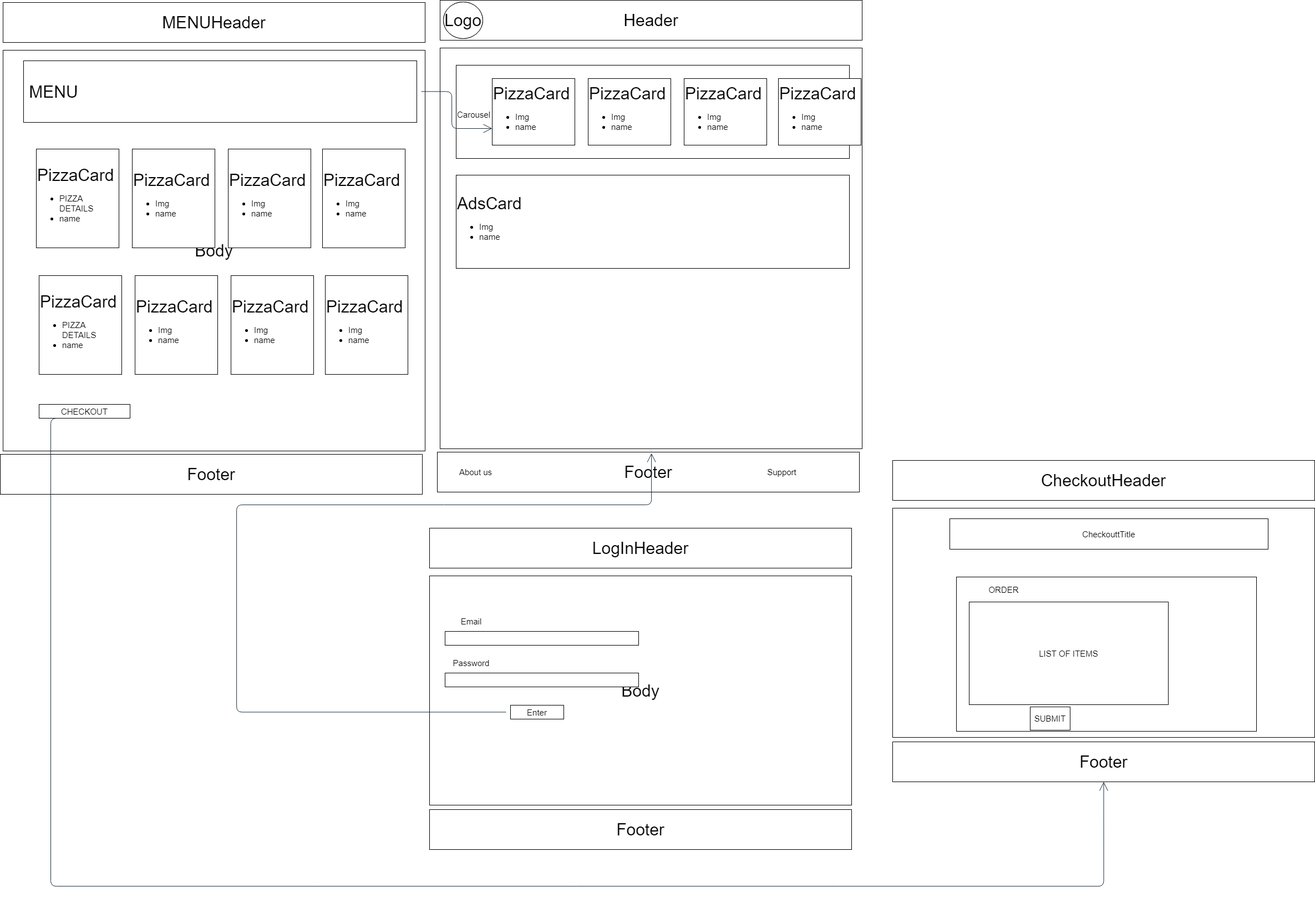
This is PizzaAppWireframe.drawio.png from Remi329/PizzaJunctionMergedComponents, a draw.io export, as it was before one commit. Source tidied: cells renumbered, new cells last; positions are measured from the earlier drawing's top-left corner, leaving out a move shared by most shapes.
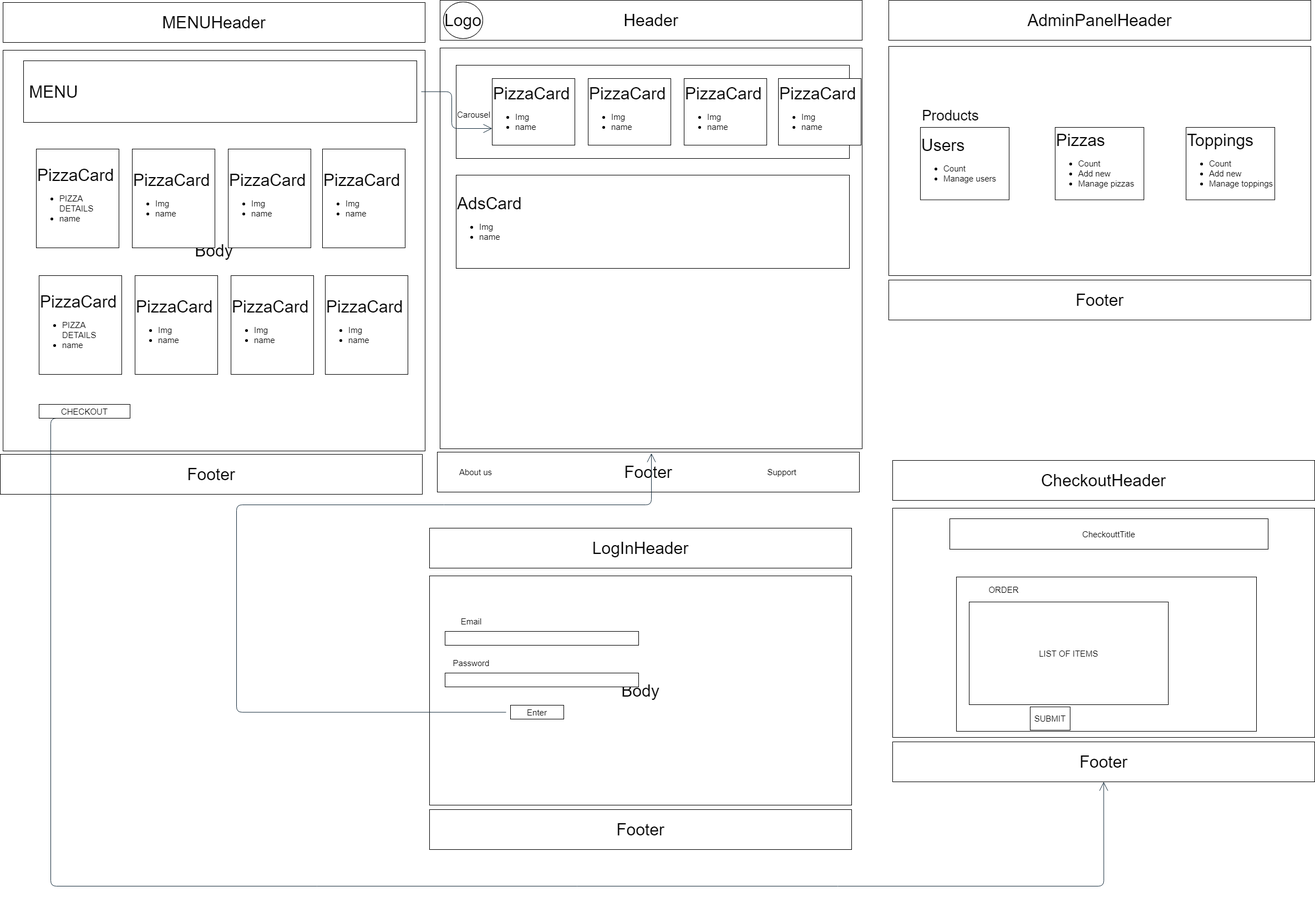
After the change.

What changed in the source:
```diff
@@ -167,5 +167,29 @@
     <mxCell id="52" value="CHECKOUT" style="rounded=0;whiteSpace=wrap;html=1;hachureGap=4;fontSize=15;" parent="1" vertex="1">
       <mxGeometry x="70" y="728" width="164" height="25" as="geometry" />
     </mxCell>
+    <mxCell id="53" value="&lt;font style=&quot;font-size: 30px&quot;&gt;Body&lt;/font&gt;" style="rounded=0;whiteSpace=wrap;html=1;hachureGap=4;" parent="1" vertex="1">
+      <mxGeometry x="1602" y="83" width="761" height="413" as="geometry" />
+    </mxCell>
+    <mxCell id="54" value="&lt;font style=&quot;font-size: 30px&quot;&gt;Footer&lt;/font&gt;" style="rounded=0;whiteSpace=wrap;html=1;hachureGap=4;" parent="1" vertex="1">
+      <mxGeometry x="1602" y="504" width="761" height="72" as="geometry" />
+    </mxCell>
+    <mxCell id="55" value="&lt;span style=&quot;font-size: 30px&quot;&gt;AdminPanelHeader&lt;/span&gt;" style="rounded=0;whiteSpace=wrap;html=1;hachureGap=4;" parent="1" vertex="1">
+      <mxGeometry x="1602" width="761" height="72" as="geometry" />
+    </mxCell>
+    <mxCell id="56" style="group;" parent="1" vertex="1">
+      <mxGeometry x="1659" y="229" width="639" height="130.5" as="geometry" />
+    </mxCell>
+    <mxCell id="57" value="Users&lt;br style=&quot;font-size: 29px&quot;&gt;&lt;ul style=&quot;font-size: 15px&quot;&gt;&lt;li&gt;&lt;font style=&quot;font-size: 15px&quot;&gt;Count&lt;/font&gt;&lt;/li&gt;&lt;li&gt;&lt;font style=&quot;font-size: 15px&quot;&gt;Manage users&lt;/font&gt;&lt;/li&gt;&lt;/ul&gt;" style="rounded=0;whiteSpace=wrap;html=1;hachureGap=4;fontSize=30;align=left;" parent="56" vertex="1">
+      <mxGeometry width="160" height="130.5" as="geometry" />
+    </mxCell>
+    <mxCell id="58" value="Pizzas&lt;br style=&quot;font-size: 29px&quot;&gt;&lt;ul style=&quot;font-size: 15px&quot;&gt;&lt;li&gt;&lt;font style=&quot;font-size: 15px&quot;&gt;Count&lt;/font&gt;&lt;/li&gt;&lt;li&gt;&lt;font style=&quot;font-size: 15px&quot;&gt;Add new&lt;/font&gt;&lt;/li&gt;&lt;li&gt;&lt;font style=&quot;font-size: 15px&quot;&gt;Manage pizzas&lt;/font&gt;&lt;/li&gt;&lt;/ul&gt;" style="rounded=0;whiteSpace=wrap;html=1;hachureGap=4;fontSize=30;align=left;" parent="56" vertex="1">
+      <mxGeometry x="243" width="160" height="130.5" as="geometry" />
+    </mxCell>
+    <mxCell id="59" value="Toppings&lt;br style=&quot;font-size: 29px&quot;&gt;&lt;ul style=&quot;font-size: 15px&quot;&gt;&lt;li&gt;&lt;font style=&quot;font-size: 15px&quot;&gt;Count&lt;/font&gt;&lt;/li&gt;&lt;li&gt;&lt;font style=&quot;font-size: 15px&quot;&gt;Add new&lt;/font&gt;&lt;/li&gt;&lt;li&gt;&lt;font style=&quot;font-size: 15px&quot;&gt;Manage toppings&lt;/font&gt;&lt;/li&gt;&lt;/ul&gt;" style="rounded=0;whiteSpace=wrap;html=1;hachureGap=4;fontSize=30;align=left;" parent="56" vertex="1">
+      <mxGeometry x="479" width="160" height="130.5" as="geometry" />
+    </mxCell>
+    <mxCell id="60" value="Products" style="text;html=1;strokeColor=none;fillColor=none;align=center;verticalAlign=middle;whiteSpace=wrap;rounded=0;fontSize=26;" parent="1" vertex="1">
+      <mxGeometry x="1627" y="187" width="173" height="42" as="geometry" />
+    </mxCell>
   </root>
 </mxGraphModel>
```
